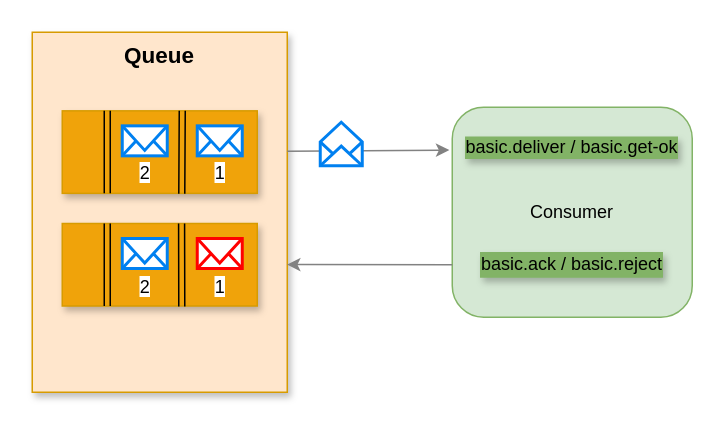
This is page "페이지-2" (2 of 3) of architecture/rabbitmq.drawio from TreeStone94/drawio, a draw.io file, before an edit. Source tidied: cells renumbered, new cells numbered last; positions are measured from the earlier drawing's top-left corner, leaving out a move shared by most shapes. Both pictures are drawn from the tidied source at 150%, with x=0, y=0 at pixel (32, 32).
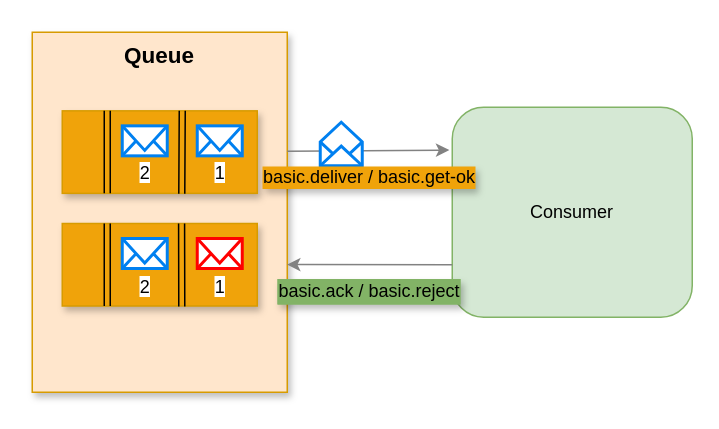
The same page after the edit.

Change to the diagram source:
```diff
@@
-    <mxCell id="8" value="basic.deliver / basic.get-ok" style="text;html=1;align=center;verticalAlign=middle;whiteSpace=wrap;rounded=0;labelBackgroundColor=#82B366;textShadow=1;" parent="1" vertex="1">
-      <mxGeometry x="285" y="62.4" width="150" height="30" as="geometry" />
+    <mxCell id="8" value="basic.deliver / basic.get-ok" style="text;html=1;align=center;verticalAlign=middle;whiteSpace=wrap;rounded=0;labelBackgroundColor=#F0A30A;textShadow=1;" parent="1" vertex="1">
+      <mxGeometry x="150" y="82.4" width="150" height="30" as="geometry" />
     </mxCell>
     <mxCell id="9" value="basic.ack / basic.reject" style="text;html=1;align=center;verticalAlign=middle;whiteSpace=wrap;rounded=0;labelBackgroundColor=#82B366;textShadow=1;labelBorderColor=#82B366;" parent="1" vertex="1">
-      <mxGeometry x="285" y="140" width="150" height="30" as="geometry" />
+      <mxGeometry x="150" y="157.5" width="150" height="30" as="geometry" />
     </mxCell>
```
